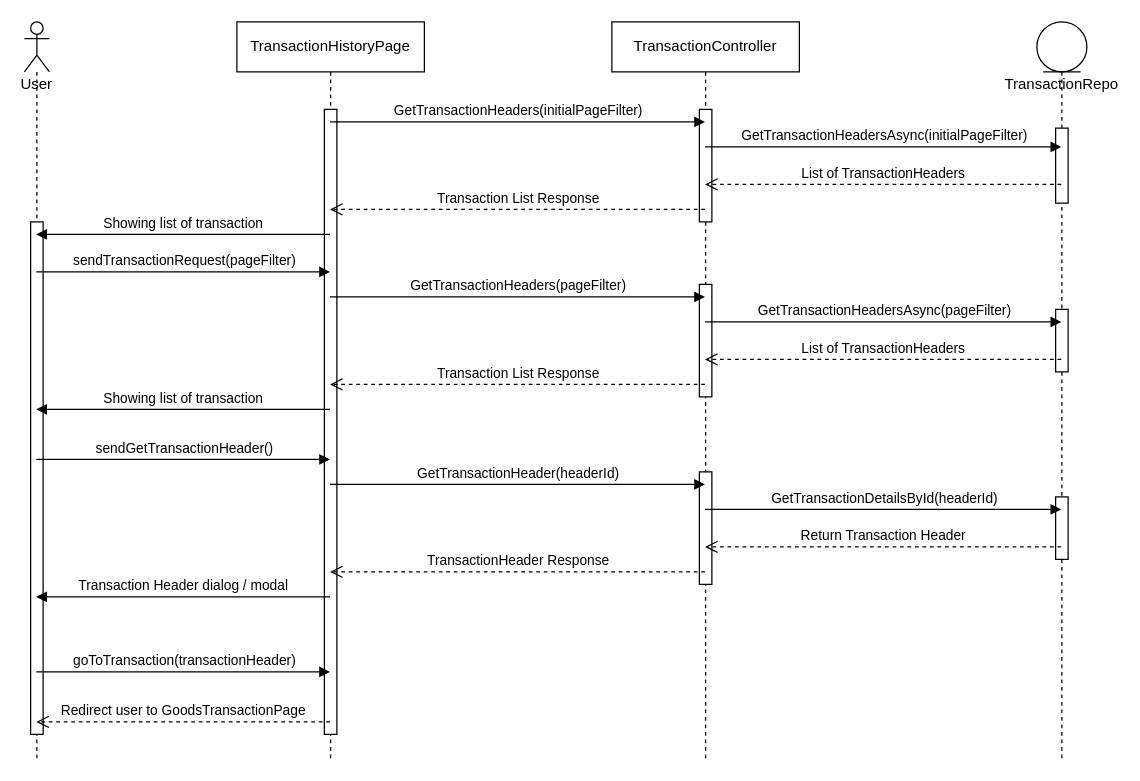
Earlier version of the draw.io diagram Diagram/Querying Transaction History Sequence.drawio (ryusu777/dodo-app). Source tidied: cells renumbered, new cells numbered last; positions are measured from the earlier drawing's top-left corner, leaving out a move shared by most shapes. Both pictures are drawn from the tidied source at 125%, with x=0, y=0 at pixel (24, 21).
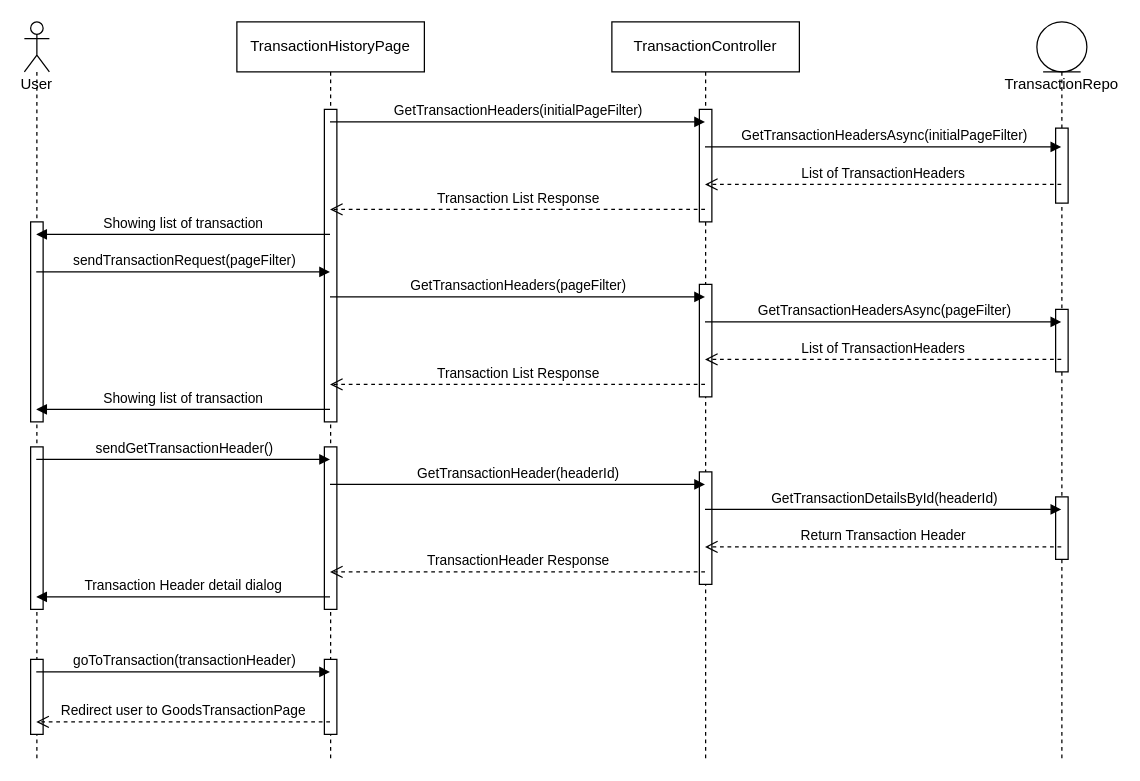
After the change.

The change refers to these unchanged cells:
```xml
<mxCell id="2" value="User" style="shape=umlLifeline;participant=umlActor;perimeter=lifelinePerimeter;whiteSpace=wrap;html=1;verticalAlign=top;spacingTop=36;outlineConnect=0;" parent="1" vertex="1">
  <mxGeometry width="20" height="590" as="geometry" />
</mxCell>
<mxCell id="4" value="TransactionHistoryPage" style="shape=umlLifeline;perimeter=lifelinePerimeter;whiteSpace=wrap;html=1;outlineConnect=0;" parent="1" vertex="1">
  <mxGeometry x="170" width="150" height="590" as="geometry" />
</mxCell>
```

The edit, as a diff of the source:
```diff
@@
     <mxCell id="3" style="html=1;perimeter=orthogonalPerimeter;" parent="2" vertex="1">
-      <mxGeometry x="5" y="160" width="10" height="410" as="geometry" />
+      <mxGeometry x="5" y="160" width="10" height="160" as="geometry" />
     </mxCell>
+    <mxCell id="33" style="html=1;perimeter=orthogonalPerimeter;" parent="2" vertex="1">
+      <mxGeometry x="5" y="340" width="10" height="130" as="geometry" />
+    </mxCell>
+    <mxCell id="34" style="html=1;perimeter=orthogonalPerimeter;" parent="2" vertex="1">
+      <mxGeometry x="5" y="510" width="10" height="60" as="geometry" />
+    </mxCell>
@@
     <mxCell id="5" style="html=1;perimeter=orthogonalPerimeter;" parent="4" vertex="1">
-      <mxGeometry x="70" y="70" width="10" height="500" as="geometry" />
+      <mxGeometry x="70" y="70" width="10" height="250" as="geometry" />
     </mxCell>
+    <mxCell id="35" style="html=1;perimeter=orthogonalPerimeter;" parent="4" vertex="1">
+      <mxGeometry x="70" y="340" width="10" height="130" as="geometry" />
+    </mxCell>
+    <mxCell id="36" style="html=1;perimeter=orthogonalPerimeter;" parent="4" vertex="1">
+      <mxGeometry x="70" y="510" width="10" height="60" as="geometry" />
+    </mxCell>
@@
-    <mxCell id="30" value="Transaction Header dialog / modal" style="html=1;verticalAlign=bottom;endArrow=block;" parent="1" edge="1" source="4" target="2">
+    <mxCell id="30" value="Transaction Header detail dialog" style="html=1;verticalAlign=bottom;endArrow=block;" parent="1" edge="1" source="4" target="2">
       <mxGeometry relative="1" as="geometry">
         <Array as="points">
           <mxPoint x="190" y="460" />
         </Array>
       </mxGeometry>
     </mxCell>
```
